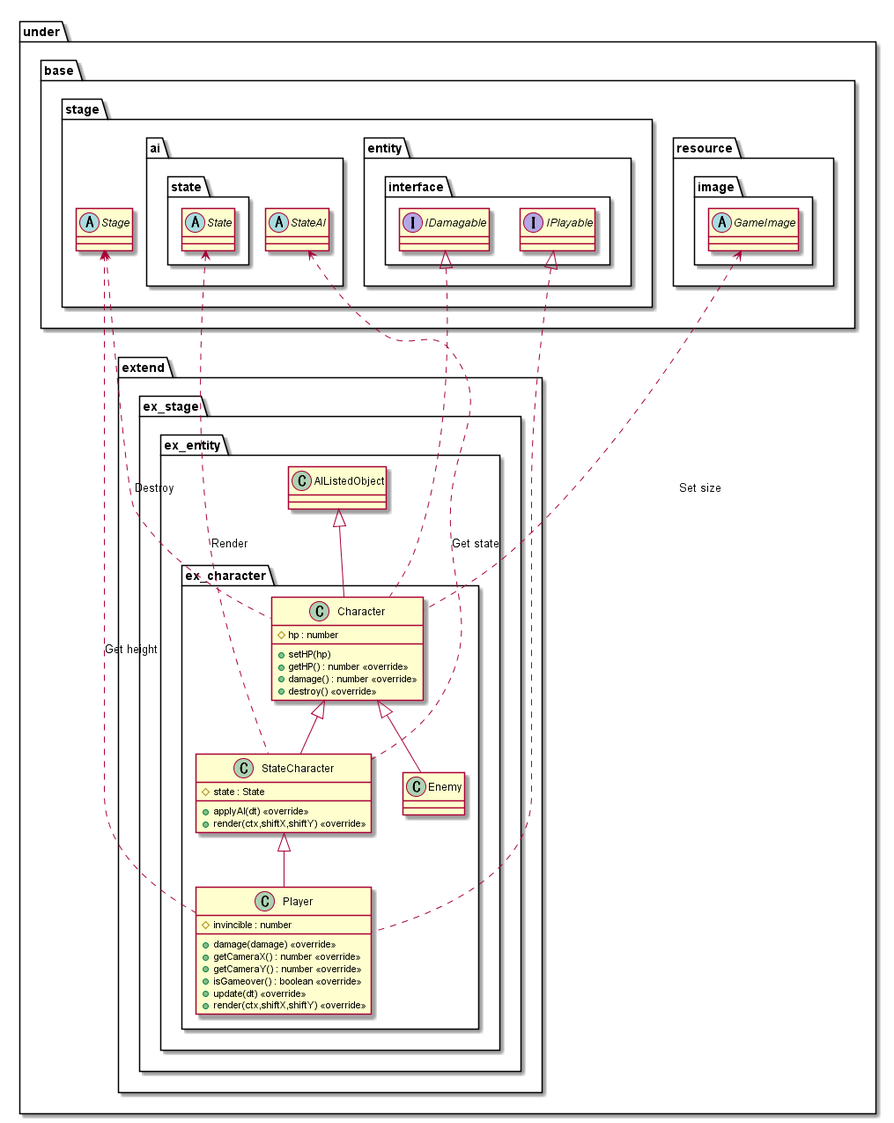
This is out/uml/entity/ExtendCharacter/EntityExtendCharacter.png from Expine/Under, a PlantUML export, as it was before one commit.
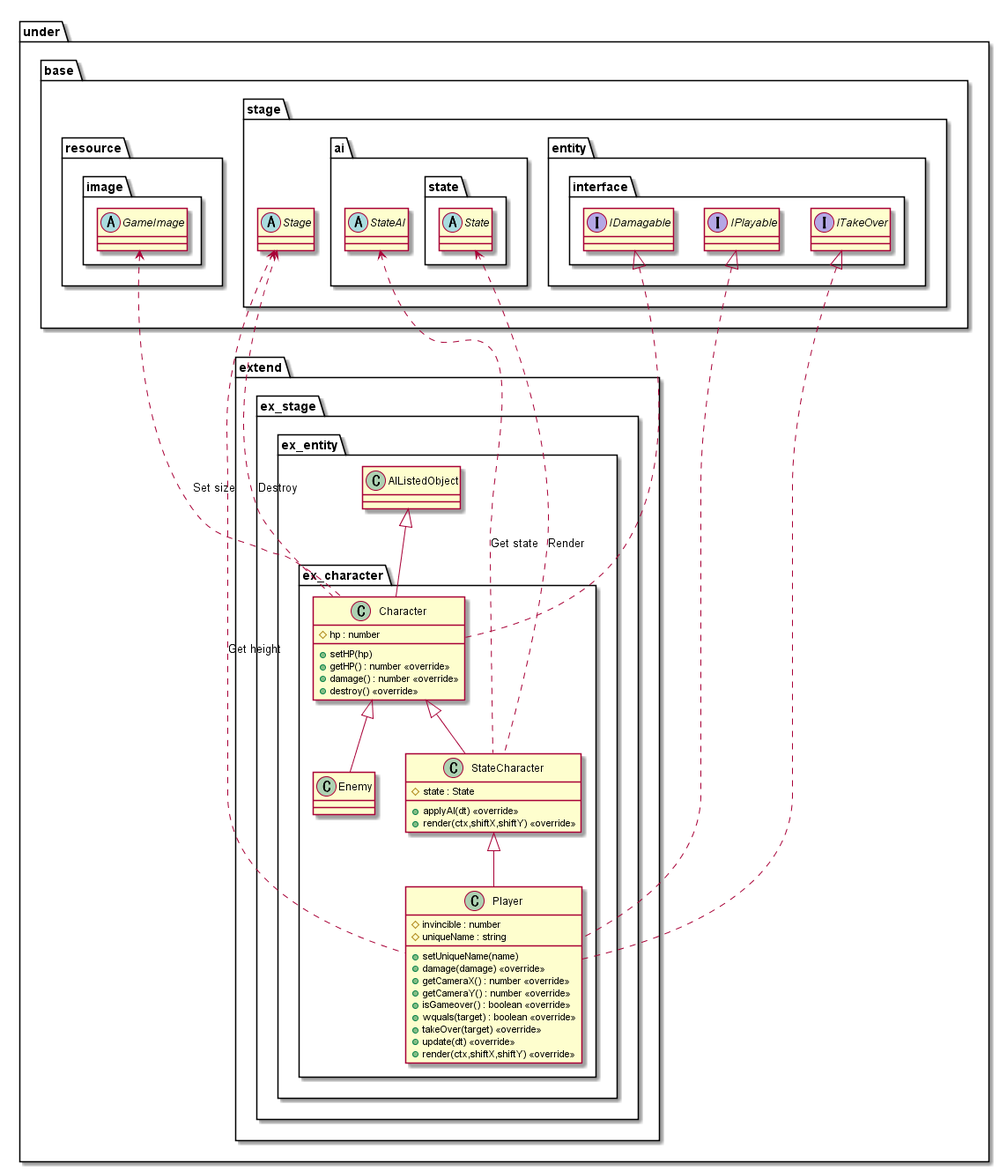
Later version of the same file.

The edit, as a diff of the source:
```diff
@@ -19,10 +19,14 @@
                     class Enemy
                     class Player {
                         #invincible : number
+                        #uniqueName : string
+                        +setUniqueName(name)
                         +damage(damage) <<override>>
                         +getCameraX() : number <<override>>
                         +getCameraY() : number <<override>>
                         +isGameover() : boolean <<override>>
+                        +wquals(target) : boolean <<override>>
+                        +takeOver(target) <<override>>
                         +update(dt) <<override>>
                         +render(ctx,shiftX,shiftY) <<override>>
                     }
@@ -51,6 +55,7 @@
                 package interface {
                     interface IDamagable
                     interface IPlayable
+                    interface ITakeOver
                 }
             }
         }
@@ -79,6 +84,7 @@
 Character <|-- StateCharacter
 StateCharacter <|-- Player
 IPlayable <|.. Player
+ITakeOver <|.. Player
 Character <|-- Enemy
 
 @enduml
```
